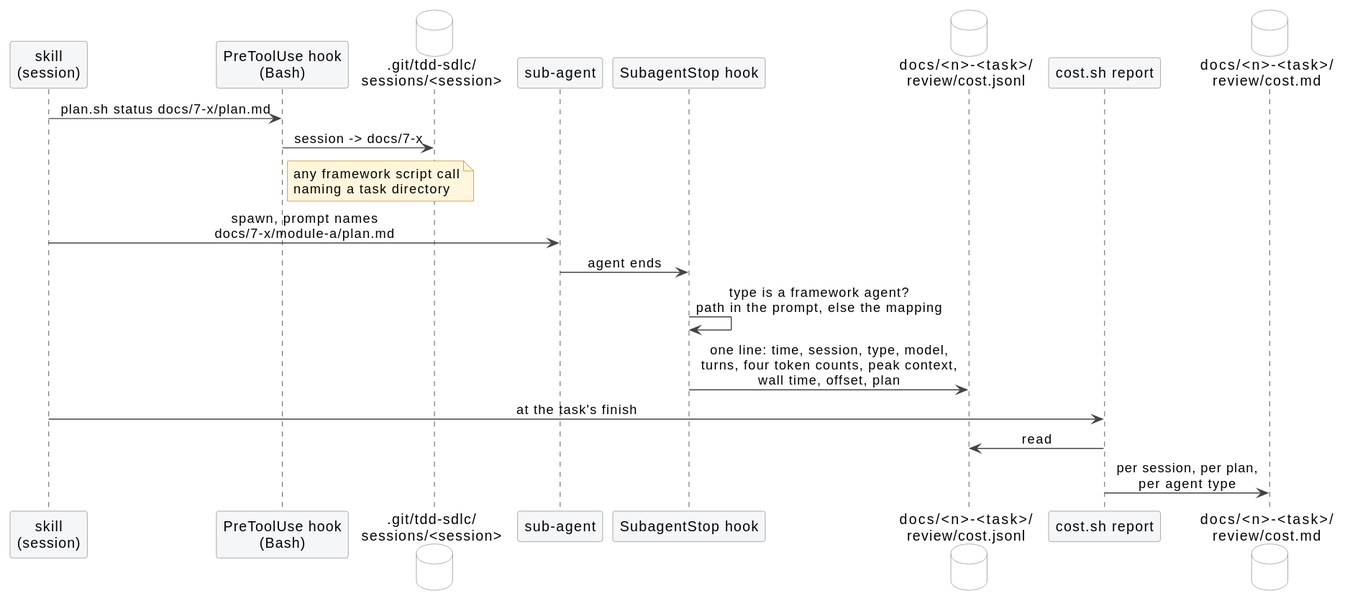
This is docs/diagrams/cost-flow.svg from ds-usova/tdd-sdlc, a PlantUML export, as it was before one commit.
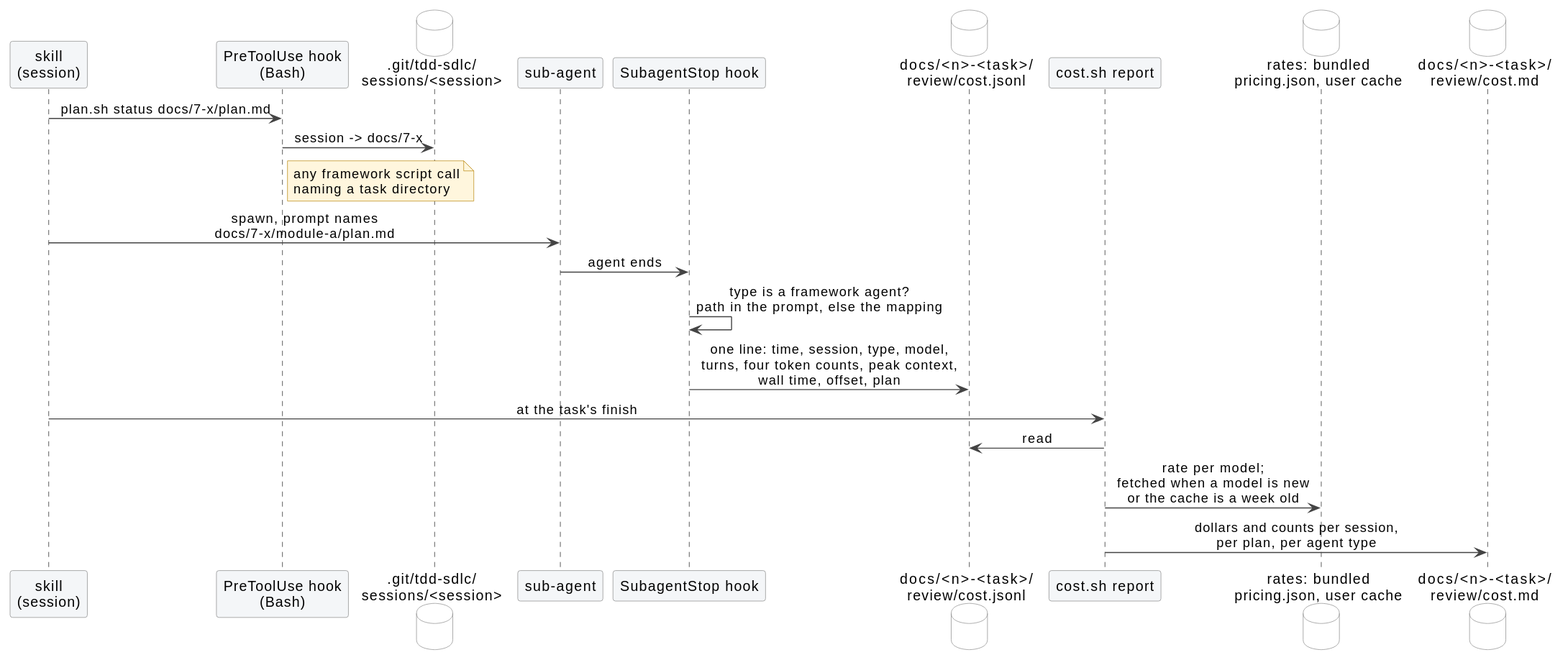
Above is the later version.

Commit message:
Report what a run would cost in dollars, and the four token counts apart

Diff of the diagram source:
```diff
@@ -23,6 +23,7 @@
 participant "SubagentStop hook" as STOP
 database "docs/<n>-<task>/\nreview/cost.jsonl" as JSONL
 participant "cost.sh report" as REP
+database "rates: bundled\npricing.json, user cache" as RATES
 database "docs/<n>-<task>/\nreview/cost.md" as MD
 
 S -> PRE : plan.sh status docs/7-x/plan.md
@@ -37,5 +38,6 @@
 STOP -> JSONL : one line: time, session, type, model,\nturns, four token counts, peak context,\nwall time, offset, plan
 S -> REP : at the task's finish
 REP -> JSONL : read
-REP -> MD : per session, per plan,\nper agent type
+REP -> RATES : rate per model;\nfetched when a model is new\nor the cache is a week old
+REP -> MD : dollars and counts per session,\nper plan, per agent type
 @enduml
```
